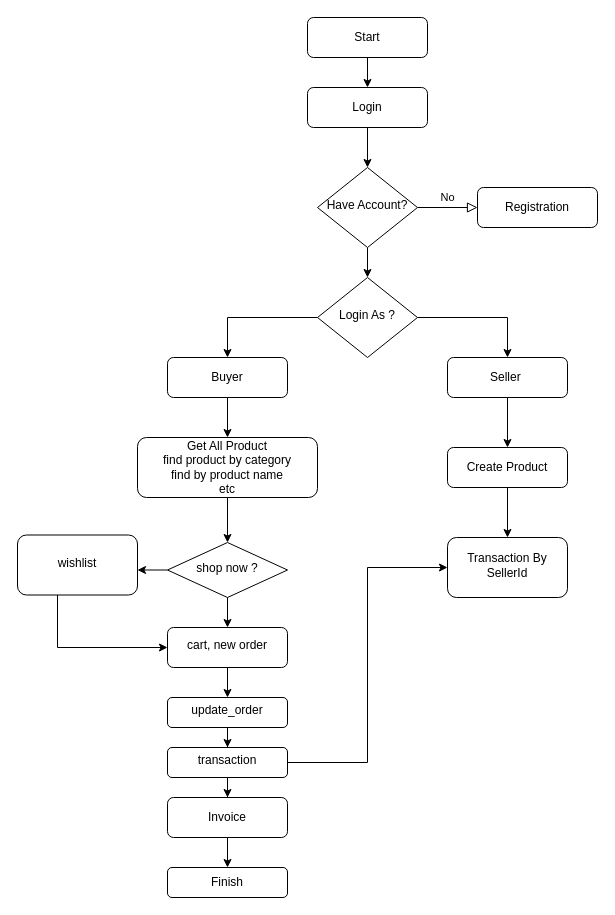
This is userhistoractivitydiagram.drawio from codeblue-bootcamp-infosys-binar/Misc, a draw.io file, before an edit. Source tidied: cells renumbered, new cells numbered last; positions are measured from the earlier drawing's top-left corner, leaving out a move shared by most shapes. Both pictures are drawn from the tidied source at 100%, with x=0, y=0 at pixel (17, 17).
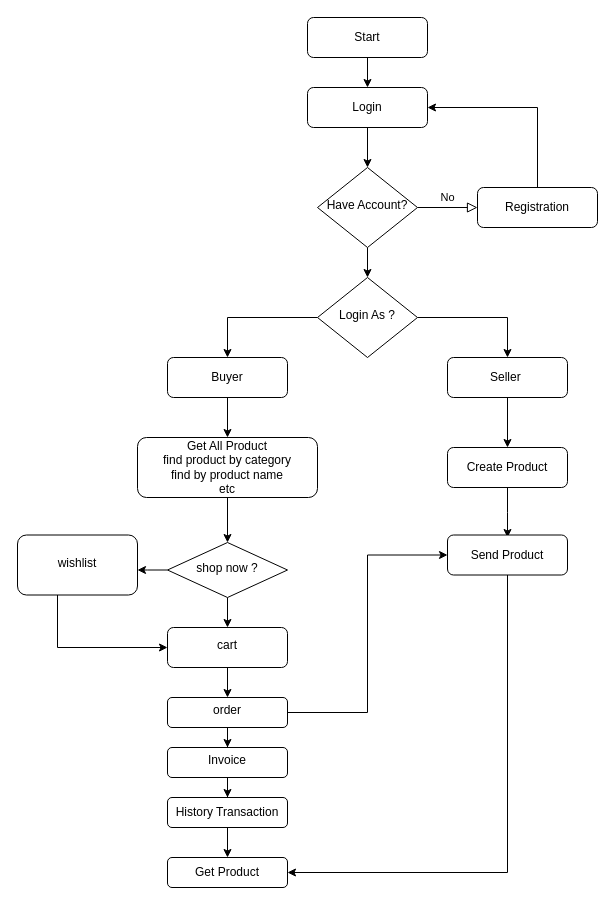
After the change.

Commit message (it also covers changes not shown here):
activity diagram

Unchanged cells that the change refers to:
```xml
<mxCell id="3" value="Login" style="rounded=1;whiteSpace=wrap;html=1;fontSize=12;glass=0;strokeWidth=1;shadow=0;" parent="1" vertex="1">
  <mxGeometry x="290" y="70" width="120" height="40" as="geometry" />
</mxCell>
<mxCell id="7" value="Registration" style="rounded=1;whiteSpace=wrap;html=1;fontSize=12;glass=0;strokeWidth=1;shadow=0;" parent="1" vertex="1">
  <mxGeometry x="460" y="170" width="120" height="40" as="geometry" />
</mxCell>
<mxCell id="18" value="Create Product" style="rounded=1;whiteSpace=wrap;html=1;glass=0;strokeWidth=1;shadow=0;" parent="1" vertex="1">
  <mxGeometry x="430" y="430" width="120" height="40" as="geometry" />
</mxCell>
```

Change to the diagram source:
```diff
@@
+    <mxCell id="38" style="edgeStyle=orthogonalEdgeStyle;rounded=0;jettySize=auto;html=1;entryX=1;entryY=0.5;entryDx=0;entryDy=0;" parent="1" edge="1" source="7" target="3">
+      <mxGeometry relative="1" as="geometry">
+        <Array as="points">
+          <mxPoint x="520" y="90" />
+        </Array>
+      </mxGeometry>
+    </mxCell>
@@
-    <mxCell id="17" style="edgeStyle=orthogonalEdgeStyle;rounded=0;jettySize=auto;html=1;" parent="1" edge="1" source="18" target="35">
-      <mxGeometry relative="1" as="geometry" />
+    <mxCell id="17" style="edgeStyle=orthogonalEdgeStyle;rounded=0;jettySize=auto;html=1;" parent="1" edge="1" source="18">
+      <mxGeometry relative="1" as="geometry">
+        <mxPoint x="490" y="520" as="targetPoint" />
+      </mxGeometry>
     </mxCell>
@@
-    <mxCell id="23" value="cart, new order" style="rounded=1;whiteSpace=wrap;html=1;shadow=0;strokeWidth=1;spacing=6;spacingTop=-4;" parent="1" vertex="1">
+    <mxCell id="23" value="cart" style="rounded=1;whiteSpace=wrap;html=1;shadow=0;strokeWidth=1;spacing=6;spacingTop=-4;" parent="1" vertex="1">
       <mxGeometry x="150" y="610" width="120" height="40" as="geometry" />
     </mxCell>
@@
+    <mxCell id="39" style="edgeStyle=orthogonalEdgeStyle;rounded=0;jettySize=auto;html=1;entryX=0;entryY=0.5;entryDx=0;entryDy=0;" parent="1" edge="1" source="27" target="40">
+      <mxGeometry relative="1" as="geometry" />
+    </mxCell>
-    <mxCell id="27" value="update_order" style="rounded=1;whiteSpace=wrap;html=1;shadow=0;strokeWidth=1;spacing=6;spacingTop=-4;" parent="1" vertex="1">
+    <mxCell id="27" value="order" style="rounded=1;whiteSpace=wrap;html=1;shadow=0;strokeWidth=1;spacing=6;spacingTop=-4;" parent="1" vertex="1">
       <mxGeometry x="150" y="680" width="120" height="30" as="geometry" />
     </mxCell>
@@
-    <mxCell id="29" style="edgeStyle=orthogonalEdgeStyle;rounded=0;jettySize=auto;html=1;entryX=0;entryY=0.5;entryDx=0;entryDy=0;" parent="1" edge="1" source="30" target="35">
-      <mxGeometry relative="1" as="geometry" />
-    </mxCell>
-    <mxCell id="30" value="transaction" style="rounded=1;whiteSpace=wrap;html=1;shadow=0;strokeWidth=1;spacing=6;spacingTop=-4;" parent="1" vertex="1">
+    <mxCell id="30" value="Invoice" style="rounded=1;whiteSpace=wrap;html=1;shadow=0;strokeWidth=1;spacing=6;spacingTop=-4;" parent="1" vertex="1">
       <mxGeometry x="150" y="730" width="120" height="30" as="geometry" />
     </mxCell>
@@
-    <mxCell id="33" value="Invoice" style="whiteSpace=wrap;html=1;rounded=1;glass=0;strokeWidth=1;shadow=0;" parent="1" vertex="1">
-      <mxGeometry x="150" y="780" width="120" height="40" as="geometry" />
+    <mxCell id="33" value="History Transaction" style="whiteSpace=wrap;html=1;rounded=1;glass=0;strokeWidth=1;shadow=0;" parent="1" vertex="1">
+      <mxGeometry x="150" y="780" width="120" height="30" as="geometry" />
     </mxCell>
-    <mxCell id="34" value="Finish" style="whiteSpace=wrap;html=1;rounded=1;glass=0;strokeWidth=1;shadow=0;" parent="1" vertex="1">
-      <mxGeometry x="150" y="850" width="120" height="30" as="geometry" />
+    <mxCell id="34" value="Get Product" style="whiteSpace=wrap;html=1;rounded=1;glass=0;strokeWidth=1;shadow=0;" parent="1" vertex="1">
+      <mxGeometry x="150" y="840" width="120" height="30" as="geometry" />
     </mxCell>
-    <mxCell id="35" value="Transaction By SellerId" style="rounded=1;whiteSpace=wrap;html=1;shadow=0;strokeWidth=1;spacing=6;spacingTop=-4;" parent="1" vertex="1">
-      <mxGeometry x="430" y="520" width="120" height="60" as="geometry" />
-    </mxCell>
@@
+    <mxCell id="40" value="Send Product" style="rounded=1;whiteSpace=wrap;html=1;glass=0;strokeWidth=1;shadow=0;" parent="1" vertex="1">
+      <mxGeometry x="430" y="517.5" width="120" height="40" as="geometry" />
+    </mxCell>
+    <mxCell id="41" style="edgeStyle=orthogonalEdgeStyle;rounded=0;jettySize=auto;html=1;entryX=1;entryY=0.5;entryDx=0;entryDy=0;exitX=0.5;exitY=1;exitDx=0;exitDy=0;" parent="1" edge="1" source="40" target="34">
+      <mxGeometry relative="1" as="geometry">
+        <Array as="points">
+          <mxPoint x="490" y="855" />
+        </Array>
+      </mxGeometry>
+    </mxCell>
```
